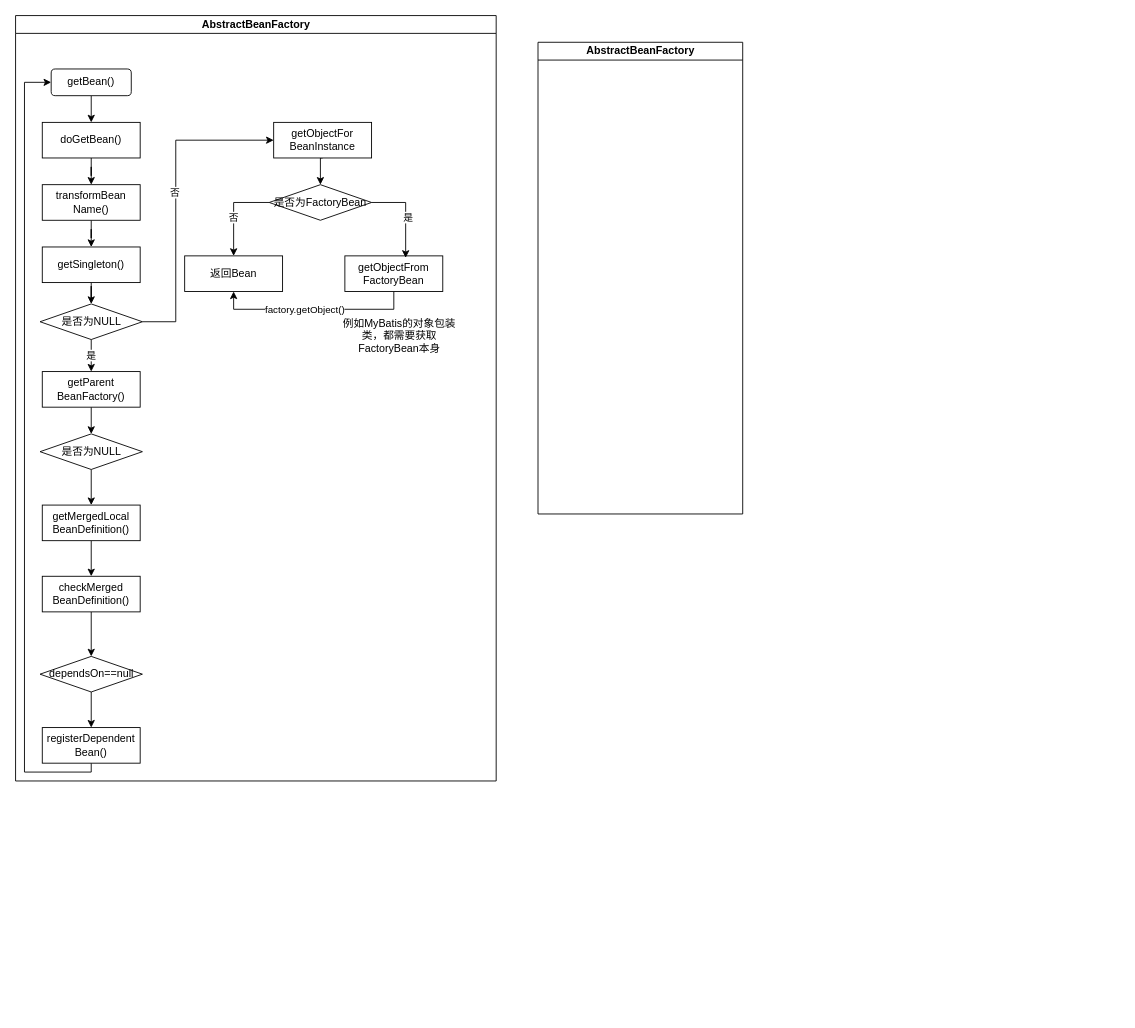
Before: Spring.drawio in EngineKing/draw, a draw.io diagram. Source tidied: cells renumbered, new cells numbered last; positions are measured from the earlier drawing's top-left corner, leaving out a move shared by most shapes. Both pictures are drawn from the tidied source at 89%, with x=0, y=0 at pixel (15, 15).
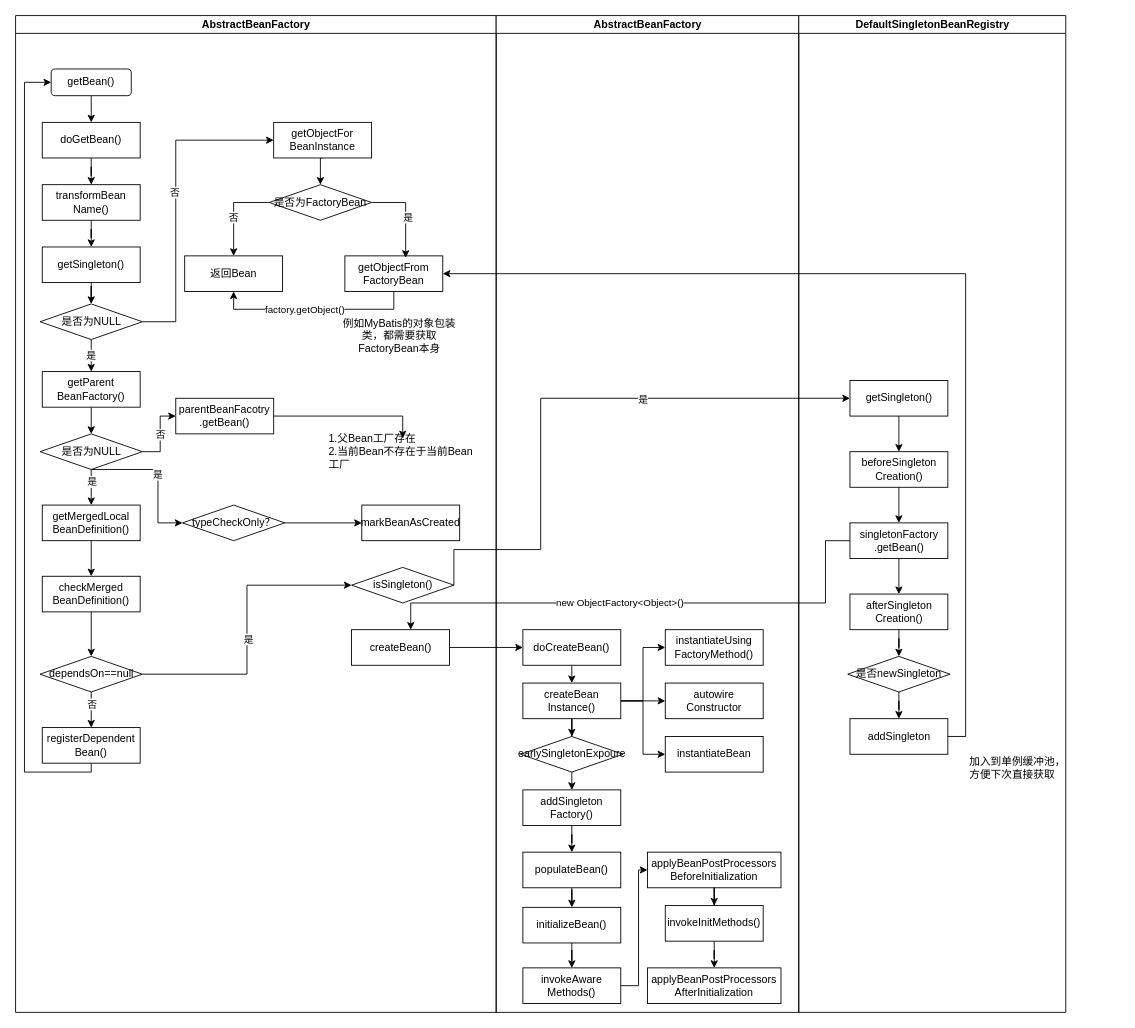
The same page after the edit.

Unchanged cells that the change refers to:
```xml
<mxCell id="23" value="getObjectFrom&lt;br&gt;FactoryBean" style="rounded=0;whiteSpace=wrap;html=1;" parent="2" vertex="1">
  <mxGeometry x="370" y="270" width="110" height="40" as="geometry" />
</mxCell>
<mxCell id="31" style="edgeStyle=orthogonalEdgeStyle;rounded=0;jettySize=auto;html=1;exitX=0.5;exitY=1;exitDx=0;exitDy=0;entryX=0.5;entryY=0;entryDx=0;entryDy=0;" parent="2" edge="1" source="32" target="34">
  <mxGeometry relative="1" as="geometry" />
</mxCell>
<mxCell id="32" value="dependsOn==null" style="rhombus;whiteSpace=wrap;html=1;" parent="2" vertex="1">
  <mxGeometry x="27.5" y="720" width="115" height="40" as="geometry" />
</mxCell>
<mxCell id="37" style="edgeStyle=orthogonalEdgeStyle;rounded=0;jettySize=auto;html=1;exitX=0.5;exitY=1;exitDx=0;exitDy=0;entryX=0.5;entryY=0;entryDx=0;entryDy=0;" parent="2" edge="1" source="38" target="28">
  <mxGeometry relative="1" as="geometry" />
</mxCell>
<mxCell id="38" value="是否为NULL" style="rhombus;whiteSpace=wrap;html=1;" parent="2" vertex="1">
  <mxGeometry x="27.5" y="470" width="115" height="40" as="geometry" />
</mxCell>
```

Change to the diagram source:
```diff
@@
     <mxCell id="2" value="AbstractBeanFactory" style="swimlane;html=1;startSize=20;horizontal=1;direction=east;verticalAlign=middle;align=center;" parent="1" vertex="1">
-      <mxGeometry width="540" height="860" as="geometry" />
+      <mxGeometry width="540" height="1120" as="geometry" />
     </mxCell>
@@
+    <mxCell id="40" value="否" style="edgeLabel;html=1;align=center;verticalAlign=middle;" parent="31" vertex="1">
+      <mxGeometry x="-0.37" relative="1" as="geometry" />
+    </mxCell>
+    <mxCell id="41" style="edgeStyle=orthogonalEdgeStyle;rounded=0;jettySize=auto;html=1;exitX=1;exitY=0.5;exitDx=0;exitDy=0;entryX=0;entryY=0.5;entryDx=0;entryDy=0;" parent="2" edge="1" source="32" target="52">
+      <mxGeometry relative="1" as="geometry" />
+    </mxCell>
+    <mxCell id="42" value="是" style="edgeLabel;html=1;align=center;verticalAlign=middle;" parent="41" vertex="1">
+      <mxGeometry x="-0.06" y="-1" relative="1" as="geometry" />
+    </mxCell>
@@
+    <mxCell id="43" value="是" style="edgeLabel;html=1;align=center;verticalAlign=middle;" parent="37" vertex="1">
+      <mxGeometry x="-0.35" relative="1" as="geometry" />
+    </mxCell>
+    <mxCell id="44" value="否" style="edgeStyle=orthogonalEdgeStyle;rounded=0;jettySize=auto;html=1;exitX=1;exitY=0.5;exitDx=0;exitDy=0;entryX=0;entryY=0.5;entryDx=0;entryDy=0;" parent="2" edge="1" source="38" target="47">
+      <mxGeometry relative="1" as="geometry" />
+    </mxCell>
+    <mxCell id="45" value="是" style="edgeStyle=orthogonalEdgeStyle;rounded=0;jettySize=auto;html=1;exitX=0.5;exitY=1;exitDx=0;exitDy=0;entryX=0;entryY=0.5;entryDx=0;entryDy=0;" parent="2" edge="1" source="38" target="51">
+      <mxGeometry relative="1" as="geometry">
+        <Array as="points">
+          <mxPoint x="160" y="510" />
+          <mxPoint x="160" y="570" />
+        </Array>
+      </mxGeometry>
+    </mxCell>
@@
+    <mxCell id="46" style="edgeStyle=orthogonalEdgeStyle;rounded=0;jettySize=auto;html=1;exitX=1;exitY=0.5;exitDx=0;exitDy=0;" parent="2" edge="1" source="47" target="48">
+      <mxGeometry relative="1" as="geometry" />
+    </mxCell>
+    <mxCell id="47" value="parentBeanFacotry&lt;div&gt;.getBean()&lt;/div&gt;" style="rounded=0;whiteSpace=wrap;html=1;" parent="2" vertex="1">
+      <mxGeometry x="180" y="430" width="110" height="40" as="geometry" />
+    </mxCell>
+    <mxCell id="48" value="1.父Bean工厂存在&lt;br&gt;2.当前Bean不存在于当前Bean工厂" style="text;html=1;align=left;verticalAlign=middle;whiteSpace=wrap;rounded=0;" parent="2" vertex="1">
+      <mxGeometry x="350" y="475" width="170" height="30" as="geometry" />
+    </mxCell>
+    <mxCell id="49" value="markBeanAsCreated" style="rounded=0;whiteSpace=wrap;html=1;" parent="2" vertex="1">
+      <mxGeometry x="389" y="550" width="110" height="40" as="geometry" />
+    </mxCell>
+    <mxCell id="50" style="edgeStyle=orthogonalEdgeStyle;rounded=0;jettySize=auto;html=1;exitX=1;exitY=0.5;exitDx=0;exitDy=0;entryX=0;entryY=0.5;entryDx=0;entryDy=0;" parent="2" edge="1" source="51" target="49">
+      <mxGeometry relative="1" as="geometry" />
+    </mxCell>
+    <mxCell id="51" value="typeCheckOnly？" style="rhombus;whiteSpace=wrap;html=1;" parent="2" vertex="1">
+      <mxGeometry x="187.5" y="550" width="115" height="40" as="geometry" />
+    </mxCell>
+    <mxCell id="52" value="isSingleton()" style="rhombus;whiteSpace=wrap;html=1;" parent="2" vertex="1">
+      <mxGeometry x="377.5" y="620" width="115" height="40" as="geometry" />
+    </mxCell>
+    <mxCell id="53" value="createBean()" style="rounded=0;whiteSpace=wrap;html=1;" parent="2" vertex="1">
+      <mxGeometry x="377.5" y="690" width="110" height="40" as="geometry" />
+    </mxCell>
     <mxCell id="39" value="AbstractBeanFactory" style="swimlane;html=1;startSize=20;horizontal=1;direction=east;verticalAlign=middle;align=center;" parent="1" vertex="1">
-      <mxGeometry x="587" y="30" width="230" height="530" as="geometry" />
+      <mxGeometry x="540" width="340" height="1120" as="geometry" />
     </mxCell>
+    <mxCell id="54" style="edgeStyle=orthogonalEdgeStyle;rounded=0;jettySize=auto;html=1;exitX=0.5;exitY=1;exitDx=0;exitDy=0;entryX=0.5;entryY=0;entryDx=0;entryDy=0;" parent="39" edge="1" source="55" target="60">
+      <mxGeometry relative="1" as="geometry" />
+    </mxCell>
+    <mxCell id="55" value="doCreateBean()" style="rounded=0;whiteSpace=wrap;html=1;" parent="39" vertex="1">
+      <mxGeometry x="30" y="690" width="110" height="40" as="geometry" />
+    </mxCell>
+    <mxCell id="56" style="edgeStyle=orthogonalEdgeStyle;rounded=0;jettySize=auto;html=1;exitX=1;exitY=0.5;exitDx=0;exitDy=0;entryX=0;entryY=0.5;entryDx=0;entryDy=0;" parent="39" edge="1" source="60" target="61">
+      <mxGeometry relative="1" as="geometry" />
+    </mxCell>
+    <mxCell id="57" style="edgeStyle=orthogonalEdgeStyle;rounded=0;jettySize=auto;html=1;exitX=1;exitY=0.5;exitDx=0;exitDy=0;" parent="39" edge="1" source="60" target="62">
+      <mxGeometry relative="1" as="geometry" />
+    </mxCell>
+    <mxCell id="58" style="edgeStyle=orthogonalEdgeStyle;rounded=0;jettySize=auto;html=1;exitX=1;exitY=0.5;exitDx=0;exitDy=0;entryX=0;entryY=0.5;entryDx=0;entryDy=0;" parent="39" edge="1" source="60" target="63">
+      <mxGeometry relative="1" as="geometry" />
+    </mxCell>
+    <mxCell id="59" style="edgeStyle=orthogonalEdgeStyle;rounded=0;jettySize=auto;html=1;exitX=0.5;exitY=1;exitDx=0;exitDy=0;" parent="39" edge="1" source="60" target="65">
+      <mxGeometry relative="1" as="geometry" />
+    </mxCell>
+    <mxCell id="60" value="createBean&lt;br&gt;Instance()" style="rounded=0;whiteSpace=wrap;html=1;" parent="39" vertex="1">
+      <mxGeometry x="30" y="750" width="110" height="40" as="geometry" />
+    </mxCell>
+    <mxCell id="61" value="instantiateUsing&lt;br&gt;FactoryMethod()" style="rounded=0;whiteSpace=wrap;html=1;" parent="39" vertex="1">
+      <mxGeometry x="190" y="690" width="110" height="40" as="geometry" />
+    </mxCell>
+    <mxCell id="62" value="autowire&lt;br&gt;Constructor" style="rounded=0;whiteSpace=wrap;html=1;" parent="39" vertex="1">
+      <mxGeometry x="190" y="750" width="110" height="40" as="geometry" />
+    </mxCell>
+    <mxCell id="63" value="instantiateBean" style="rounded=0;whiteSpace=wrap;html=1;" parent="39" vertex="1">
+      <mxGeometry x="190" y="810" width="110" height="40" as="geometry" />
+    </mxCell>
+    <mxCell id="64" style="edgeStyle=orthogonalEdgeStyle;rounded=0;jettySize=auto;html=1;exitX=0.5;exitY=1;exitDx=0;exitDy=0;entryX=0.5;entryY=0;entryDx=0;entryDy=0;" parent="39" edge="1" source="65" target="66">
+      <mxGeometry relative="1" as="geometry" />
+    </mxCell>
+    <mxCell id="65" value="earlySingletonExpoure" style="rhombus;whiteSpace=wrap;html=1;" parent="39" vertex="1">
+      <mxGeometry x="27.5" y="810" width="115" height="40" as="geometry" />
+    </mxCell>
+    <mxCell id="66" value="addSingleton&lt;br&gt;Factory()" style="rounded=0;whiteSpace=wrap;html=1;" parent="39" vertex="1">
+      <mxGeometry x="30" y="870" width="110" height="40" as="geometry" />
+    </mxCell>
+    <mxCell id="67" value="applyBeanPostProcessors&lt;div&gt;BeforeInitialization&lt;/div&gt;" style="rounded=0;whiteSpace=wrap;html=1;" parent="39" vertex="1">
+      <mxGeometry x="170" y="940" width="150" height="40" as="geometry" />
+    </mxCell>
+    <mxCell id="68" value="DefaultSingletonBeanRegistry" style="swimlane;html=1;startSize=20;horizontal=1;direction=east;verticalAlign=middle;align=center;" parent="1" vertex="1">
+      <mxGeometry x="880" width="300" height="1120" as="geometry" />
+    </mxCell>
+    <mxCell id="69" style="edgeStyle=orthogonalEdgeStyle;rounded=0;jettySize=auto;html=1;exitX=0.5;exitY=1;exitDx=0;exitDy=0;entryX=0.5;entryY=0;entryDx=0;entryDy=0;" parent="68" edge="1" source="70" target="72">
+      <mxGeometry relative="1" as="geometry" />
+    </mxCell>
+    <mxCell id="70" value="getSingleton()" style="rounded=0;whiteSpace=wrap;html=1;" parent="68" vertex="1">
+      <mxGeometry x="57.5" y="410" width="110" height="40" as="geometry" />
+    </mxCell>
+    <mxCell id="71" style="edgeStyle=orthogonalEdgeStyle;rounded=0;jettySize=auto;html=1;exitX=0.5;exitY=1;exitDx=0;exitDy=0;" parent="68" edge="1" source="72" target="74">
+      <mxGeometry relative="1" as="geometry" />
+    </mxCell>
+    <mxCell id="72" value="beforeSingleton&lt;div&gt;Creation()&lt;/div&gt;" style="rounded=0;whiteSpace=wrap;html=1;" parent="68" vertex="1">
+      <mxGeometry x="57.5" y="490" width="110" height="40" as="geometry" />
+    </mxCell>
+    <mxCell id="73" style="edgeStyle=orthogonalEdgeStyle;rounded=0;jettySize=auto;html=1;exitX=0.5;exitY=1;exitDx=0;exitDy=0;" parent="68" edge="1" source="74" target="76">
+      <mxGeometry relative="1" as="geometry" />
+    </mxCell>
+    <mxCell id="74" value="singletonFactory&lt;br&gt;.getBean()" style="rounded=0;whiteSpace=wrap;html=1;" parent="68" vertex="1">
+      <mxGeometry x="57.5" y="570" width="110" height="40" as="geometry" />
+    </mxCell>
+    <mxCell id="75" style="edgeStyle=orthogonalEdgeStyle;rounded=0;jettySize=auto;html=1;exitX=0.5;exitY=1;exitDx=0;exitDy=0;" parent="68" edge="1" source="76" target="78">
+      <mxGeometry relative="1" as="geometry" />
+    </mxCell>
+    <mxCell id="76" value="afterSingleton&lt;div&gt;Creation()&lt;/div&gt;" style="rounded=0;whiteSpace=wrap;html=1;" parent="68" vertex="1">
+      <mxGeometry x="57.5" y="650" width="110" height="40" as="geometry" />
+    </mxCell>
+    <mxCell id="77" style="edgeStyle=orthogonalEdgeStyle;rounded=0;jettySize=auto;html=1;exitX=0.5;exitY=1;exitDx=0;exitDy=0;" parent="68" edge="1" source="78" target="79">
+      <mxGeometry relative="1" as="geometry" />
+    </mxCell>
+    <mxCell id="78" value="是否newSingleton" style="rhombus;whiteSpace=wrap;html=1;" parent="68" vertex="1">
+      <mxGeometry x="55" y="720" width="115" height="40" as="geometry" />
+    </mxCell>
+    <mxCell id="79" value="addSingleton" style="rounded=0;whiteSpace=wrap;html=1;" parent="68" vertex="1">
+      <mxGeometry x="57.5" y="790" width="110" height="40" as="geometry" />
+    </mxCell>
+    <mxCell id="80" value="加入到单例缓冲池，&lt;div&gt;方便下次直接获取&lt;/div&gt;" style="text;html=1;align=left;verticalAlign=middle;whiteSpace=wrap;rounded=0;" parent="68" vertex="1">
+      <mxGeometry x="190" y="830" width="170" height="30" as="geometry" />
+    </mxCell>
+    <mxCell id="81" style="edgeStyle=orthogonalEdgeStyle;rounded=0;jettySize=auto;html=1;exitX=1;exitY=0.5;exitDx=0;exitDy=0;entryX=1;entryY=0.5;entryDx=0;entryDy=0;" parent="1" edge="1" source="79" target="23">
+      <mxGeometry relative="1" as="geometry" />
+    </mxCell>
+    <mxCell id="82" style="edgeStyle=orthogonalEdgeStyle;rounded=0;jettySize=auto;html=1;exitX=1;exitY=0.5;exitDx=0;exitDy=0;entryX=0;entryY=0.5;entryDx=0;entryDy=0;" parent="1" edge="1" source="52" target="70">
+      <mxGeometry relative="1" as="geometry">
+        <Array as="points">
+          <mxPoint x="493" y="600" />
+          <mxPoint x="590" y="600" />
+          <mxPoint x="590" y="430" />
+        </Array>
+      </mxGeometry>
+    </mxCell>
+    <mxCell id="83" value="是" style="edgeLabel;html=1;align=center;verticalAlign=middle;" parent="82" vertex="1">
+      <mxGeometry x="0.29" y="-1" relative="1" as="geometry" />
+    </mxCell>
+    <mxCell id="84" style="edgeStyle=orthogonalEdgeStyle;rounded=0;jettySize=auto;html=1;exitX=0;exitY=0.5;exitDx=0;exitDy=0;" parent="1" edge="1" source="74" target="53">
+      <mxGeometry relative="1" as="geometry">
+        <Array as="points">
+          <mxPoint x="910" y="590" />
+          <mxPoint x="910" y="660" />
+          <mxPoint x="444" y="660" />
+        </Array>
+      </mxGeometry>
+    </mxCell>
+    <mxCell id="85" value="new ObjectFactory&amp;lt;Object&amp;gt;()" style="edgeLabel;html=1;align=center;verticalAlign=middle;" parent="84" vertex="1">
+      <mxGeometry x="0.11" y="-1" relative="1" as="geometry" />
+    </mxCell>
+    <mxCell id="86" style="edgeStyle=orthogonalEdgeStyle;rounded=0;jettySize=auto;html=1;exitX=1;exitY=0.5;exitDx=0;exitDy=0;entryX=0;entryY=0.5;entryDx=0;entryDy=0;" parent="1" edge="1" source="53" target="55">
+      <mxGeometry relative="1" as="geometry" />
+    </mxCell>
+    <mxCell id="87" style="edgeStyle=orthogonalEdgeStyle;rounded=0;jettySize=auto;html=1;exitX=0.5;exitY=1;exitDx=0;exitDy=0;" parent="1" edge="1" source="88" target="90">
+      <mxGeometry relative="1" as="geometry" />
+    </mxCell>
+    <mxCell id="88" value="populateBean()" style="rounded=0;whiteSpace=wrap;html=1;" parent="1" vertex="1">
+      <mxGeometry x="570" y="940" width="110" height="40" as="geometry" />
+    </mxCell>
+    <mxCell id="89" style="edgeStyle=orthogonalEdgeStyle;rounded=0;jettySize=auto;html=1;exitX=0.5;exitY=1;exitDx=0;exitDy=0;" parent="1" edge="1" source="90" target="92">
+      <mxGeometry relative="1" as="geometry" />
+    </mxCell>
+    <mxCell id="90" value="initializeBean()" style="rounded=0;whiteSpace=wrap;html=1;" parent="1" vertex="1">
+      <mxGeometry x="570" y="1002" width="110" height="40" as="geometry" />
+    </mxCell>
+    <mxCell id="91" style="edgeStyle=orthogonalEdgeStyle;rounded=0;jettySize=auto;html=1;exitX=1;exitY=0.5;exitDx=0;exitDy=0;entryX=0;entryY=0.5;entryDx=0;entryDy=0;" parent="1" edge="1" source="92" target="67">
+      <mxGeometry relative="1" as="geometry">
+        <Array as="points">
+          <mxPoint x="700" y="1090" />
+          <mxPoint x="700" y="960" />
+        </Array>
+      </mxGeometry>
+    </mxCell>
+    <mxCell id="92" value="invokeAware&lt;br&gt;Methods()" style="rounded=0;whiteSpace=wrap;html=1;" parent="1" vertex="1">
+      <mxGeometry x="570" y="1070" width="110" height="40" as="geometry" />
+    </mxCell>
+    <mxCell id="93" style="edgeStyle=orthogonalEdgeStyle;rounded=0;jettySize=auto;html=1;exitX=0.5;exitY=1;exitDx=0;exitDy=0;" parent="1" edge="1" source="94" target="95">
+      <mxGeometry relative="1" as="geometry" />
+    </mxCell>
+    <mxCell id="94" value="invokeInitMethods()" style="rounded=0;whiteSpace=wrap;html=1;" parent="1" vertex="1">
+      <mxGeometry x="730" y="1000" width="110" height="40" as="geometry" />
+    </mxCell>
+    <mxCell id="95" value="applyBeanPostProcessors&lt;div&gt;AfterInitialization&lt;/div&gt;" style="rounded=0;whiteSpace=wrap;html=1;" parent="1" vertex="1">
+      <mxGeometry x="710" y="1070" width="150" height="40" as="geometry" />
+    </mxCell>
+    <mxCell id="96" style="edgeStyle=orthogonalEdgeStyle;rounded=0;jettySize=auto;html=1;exitX=0.5;exitY=1;exitDx=0;exitDy=0;" parent="1" edge="1" source="66" target="88">
+      <mxGeometry relative="1" as="geometry" />
+    </mxCell>
+    <mxCell id="97" style="edgeStyle=orthogonalEdgeStyle;rounded=0;jettySize=auto;html=1;exitX=0.5;exitY=1;exitDx=0;exitDy=0;" parent="1" edge="1" source="67" target="94">
+      <mxGeometry relative="1" as="geometry" />
+    </mxCell>
```
